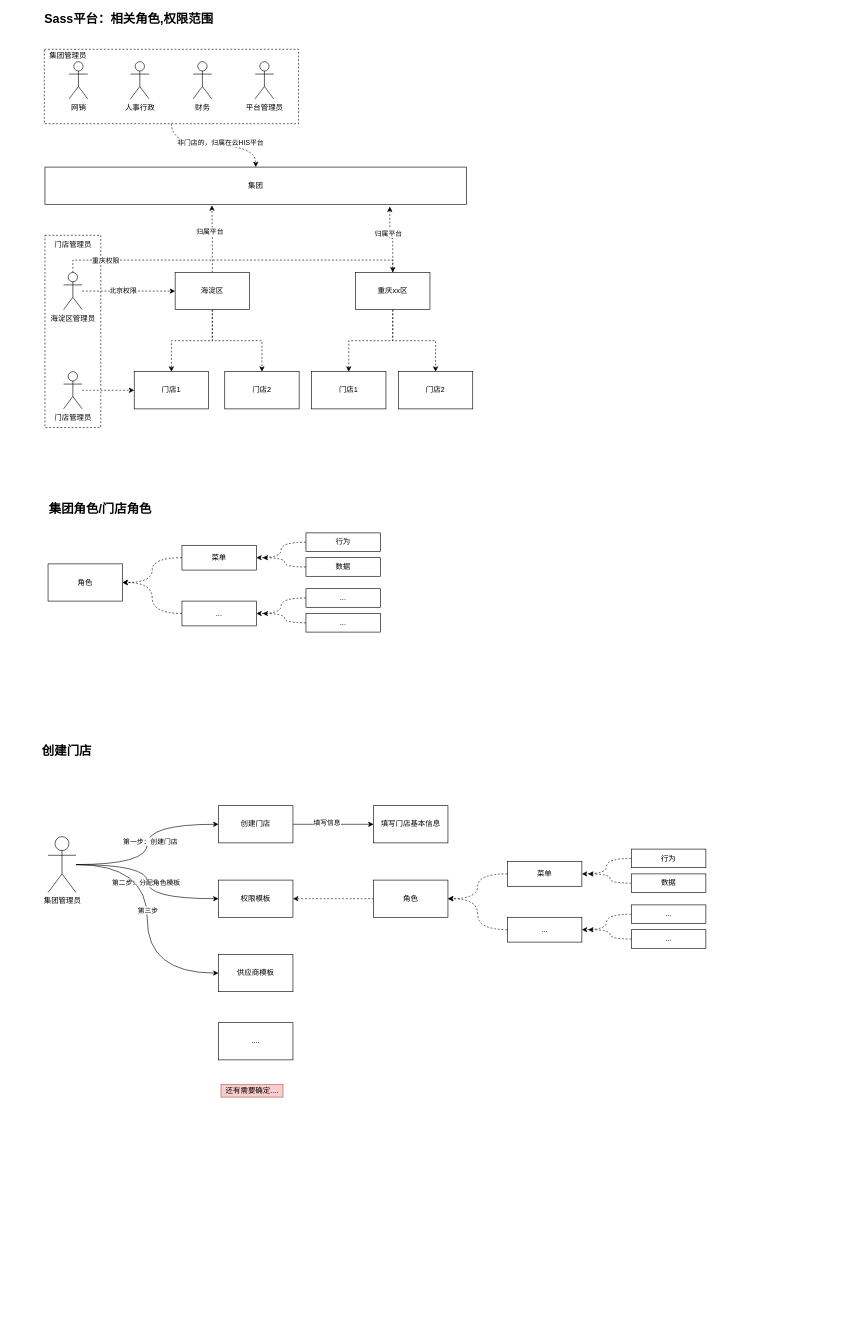
This is 牙管家/牙管家-sass方案.drawio from cherishsince/diagrams.net, a draw.io file, before an edit. Source tidied: cells renumbered, new cells numbered last; positions are measured from the earlier drawing's top-left corner, leaving out a move shared by most shapes. Both pictures are drawn from the tidied source at 62%, with x=0, y=0 at pixel (35, 12).
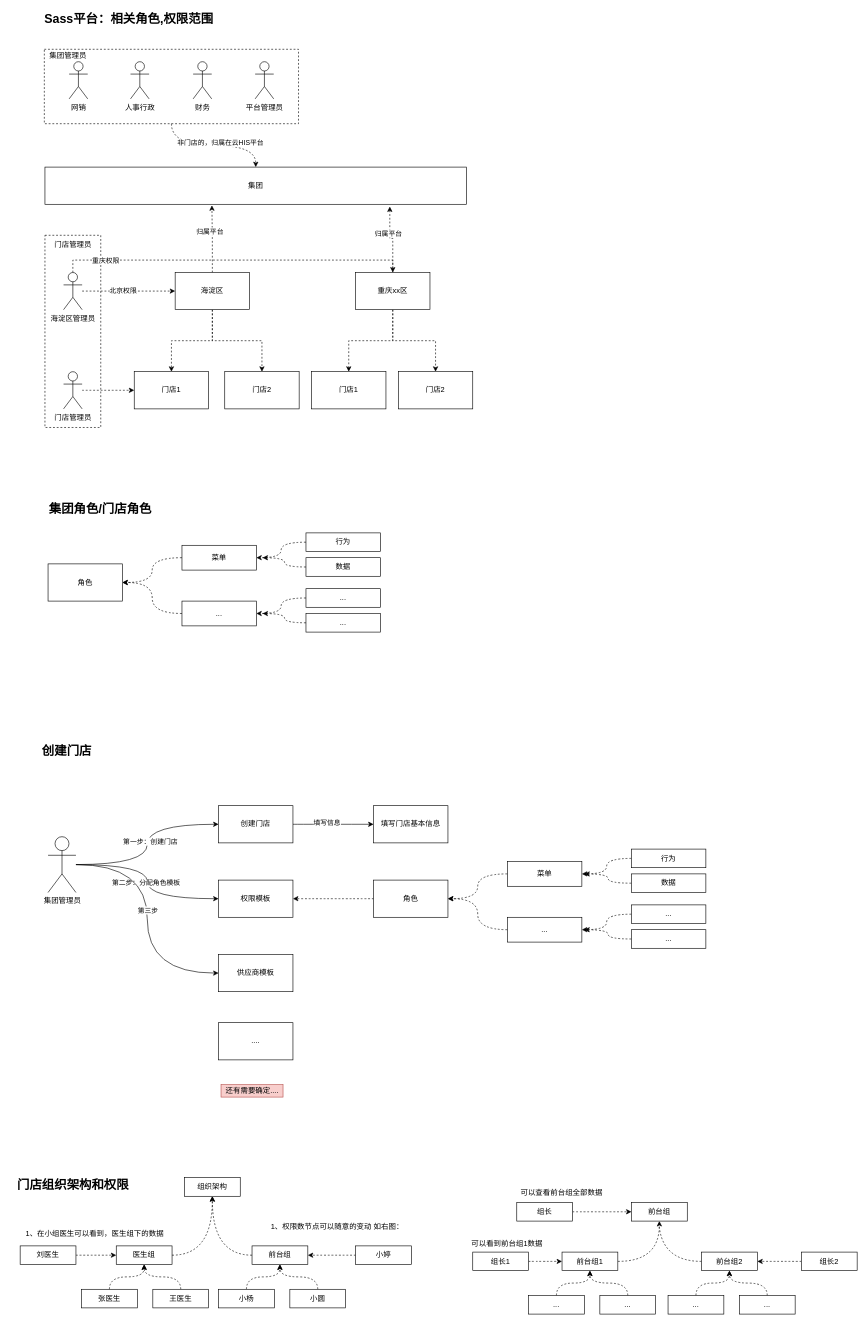
Above is the later version.

Commit message:
更新牙管家-sass方案.drawio

The change refers to these unchanged cells:
```xml
<mxCell id="67" value="数据" style="rounded=0;whiteSpace=wrap;html=1;" parent="1" vertex="1">
  <mxGeometry x="961" y="1390" width="120" height="30" as="geometry" />
</mxCell>
<mxCell id="73" value="..." style="rounded=0;whiteSpace=wrap;html=1;" parent="1" vertex="1">
  <mxGeometry x="961" y="1480" width="120" height="30" as="geometry" />
</mxCell>
```

Change to the diagram source:
```diff
@@
     <mxCell id="66" style="edgeStyle=orthogonalEdgeStyle;curved=1;rounded=0;jettySize=auto;html=1;dashed=1;" parent="1" edge="1" source="67">
       <mxGeometry relative="1" as="geometry">
-        <mxPoint x="891" y="1390" as="targetPoint" />
+        <mxPoint x="885" y="1390" as="targetPoint" />
       </mxGeometry>
     </mxCell>
@@
     <mxCell id="72" style="edgeStyle=orthogonalEdgeStyle;curved=1;rounded=0;jettySize=auto;html=1;dashed=1;" parent="1" edge="1" source="73">
       <mxGeometry relative="1" as="geometry">
-        <mxPoint x="891" y="1480" as="targetPoint" />
+        <mxPoint x="885" y="1480" as="targetPoint" />
       </mxGeometry>
     </mxCell>
@@
+    <mxCell id="80" value="组织架构" style="rounded=0;whiteSpace=wrap;html=1;" parent="1" vertex="1">
+      <mxGeometry x="240" y="1880" width="90" height="30" as="geometry" />
+    </mxCell>
+    <mxCell id="81" style="edgeStyle=orthogonalEdgeStyle;curved=1;rounded=0;jettySize=auto;html=1;entryX=0.5;entryY=1;entryDx=0;entryDy=0;dashed=1;" parent="1" edge="1" source="82" target="80">
+      <mxGeometry relative="1" as="geometry" />
+    </mxCell>
+    <mxCell id="82" value="医生组" style="rounded=0;whiteSpace=wrap;html=1;" parent="1" vertex="1">
+      <mxGeometry x="130" y="1990" width="90" height="30" as="geometry" />
+    </mxCell>
+    <mxCell id="83" style="edgeStyle=orthogonalEdgeStyle;curved=1;rounded=0;jettySize=auto;html=1;dashed=1;" parent="1" edge="1" source="84" target="80">
+      <mxGeometry relative="1" as="geometry" />
+    </mxCell>
+    <mxCell id="84" value="前台组" style="rounded=0;whiteSpace=wrap;html=1;" parent="1" vertex="1">
+      <mxGeometry x="349" y="1990" width="90" height="30" as="geometry" />
+    </mxCell>
+    <mxCell id="85" style="edgeStyle=orthogonalEdgeStyle;rounded=0;jettySize=auto;html=1;curved=1;dashed=1;" parent="1" edge="1" source="86" target="82">
+      <mxGeometry relative="1" as="geometry" />
+    </mxCell>
+    <mxCell id="86" value="王医生" style="rounded=0;whiteSpace=wrap;html=1;" parent="1" vertex="1">
+      <mxGeometry x="189" y="2060" width="90" height="30" as="geometry" />
+    </mxCell>
+    <mxCell id="87" style="edgeStyle=orthogonalEdgeStyle;rounded=0;jettySize=auto;html=1;entryX=0.5;entryY=1;entryDx=0;entryDy=0;curved=1;dashed=1;" parent="1" edge="1" source="88" target="82">
+      <mxGeometry relative="1" as="geometry" />
+    </mxCell>
+    <mxCell id="88" value="张医生" style="rounded=0;whiteSpace=wrap;html=1;" parent="1" vertex="1">
+      <mxGeometry x="74" y="2060" width="90" height="30" as="geometry" />
+    </mxCell>
+    <mxCell id="89" style="edgeStyle=orthogonalEdgeStyle;curved=1;rounded=0;jettySize=auto;html=1;dashed=1;" parent="1" edge="1" source="90" target="84">
+      <mxGeometry relative="1" as="geometry" />
+    </mxCell>
+    <mxCell id="90" value="小杨" style="rounded=0;whiteSpace=wrap;html=1;" parent="1" vertex="1">
+      <mxGeometry x="295" y="2060" width="90" height="30" as="geometry" />
+    </mxCell>
+    <mxCell id="91" style="edgeStyle=orthogonalEdgeStyle;curved=1;rounded=0;jettySize=auto;html=1;dashed=1;" parent="1" edge="1" source="92" target="84">
+      <mxGeometry relative="1" as="geometry" />
+    </mxCell>
+    <mxCell id="92" value="小圆" style="rounded=0;whiteSpace=wrap;html=1;" parent="1" vertex="1">
+      <mxGeometry x="410" y="2060" width="90" height="30" as="geometry" />
+    </mxCell>
+    <mxCell id="93" style="edgeStyle=orthogonalEdgeStyle;curved=1;rounded=0;jettySize=auto;html=1;entryX=0;entryY=0.5;entryDx=0;entryDy=0;dashed=1;" parent="1" edge="1" source="94" target="82">
+      <mxGeometry relative="1" as="geometry" />
+    </mxCell>
+    <mxCell id="94" value="刘医生" style="rounded=0;whiteSpace=wrap;html=1;" parent="1" vertex="1">
+      <mxGeometry x="-25" y="1990" width="90" height="30" as="geometry" />
+    </mxCell>
+    <mxCell id="95" style="edgeStyle=orthogonalEdgeStyle;curved=1;rounded=0;jettySize=auto;html=1;dashed=1;" parent="1" edge="1" source="96" target="84">
+      <mxGeometry relative="1" as="geometry" />
+    </mxCell>
+    <mxCell id="96" value="小婷" style="rounded=0;whiteSpace=wrap;html=1;" parent="1" vertex="1">
+      <mxGeometry x="516" y="1990" width="90" height="30" as="geometry" />
+    </mxCell>
+    <mxCell id="97" value="1、在小组医生可以看到，医生组下的数据" style="text;html=1;align=center;verticalAlign=middle;strokeColor=none;" parent="1" vertex="1">
+      <mxGeometry x="-25" y="1960" width="240" height="20" as="geometry" />
+    </mxCell>
+    <mxCell id="98" value="1、权限数节点可以随意的变动 如右图：" style="text;html=1;align=center;verticalAlign=middle;strokeColor=none;" parent="1" vertex="1">
+      <mxGeometry x="371" y="1950" width="230" height="20" as="geometry" />
+    </mxCell>
+    <mxCell id="99" style="edgeStyle=orthogonalEdgeStyle;curved=1;rounded=0;jettySize=auto;html=1;entryX=0.5;entryY=1;entryDx=0;entryDy=0;dashed=1;" parent="1" edge="1" source="100" target="115">
+      <mxGeometry relative="1" as="geometry" />
+    </mxCell>
+    <mxCell id="100" value="前台组1" style="rounded=0;whiteSpace=wrap;html=1;" parent="1" vertex="1">
+      <mxGeometry x="849" y="2000" width="90" height="30" as="geometry" />
+    </mxCell>
+    <mxCell id="101" style="edgeStyle=orthogonalEdgeStyle;curved=1;rounded=0;jettySize=auto;html=1;dashed=1;" parent="1" edge="1" source="102" target="100">
+      <mxGeometry relative="1" as="geometry" />
+    </mxCell>
+    <mxCell id="102" value="..." style="rounded=0;whiteSpace=wrap;html=1;" parent="1" vertex="1">
+      <mxGeometry x="795" y="2070" width="90" height="30" as="geometry" />
+    </mxCell>
+    <mxCell id="103" style="edgeStyle=orthogonalEdgeStyle;curved=1;rounded=0;jettySize=auto;html=1;dashed=1;" parent="1" edge="1" source="104" target="100">
+      <mxGeometry relative="1" as="geometry" />
+    </mxCell>
+    <mxCell id="104" value="..." style="rounded=0;whiteSpace=wrap;html=1;" parent="1" vertex="1">
+      <mxGeometry x="910" y="2070" width="90" height="30" as="geometry" />
+    </mxCell>
+    <mxCell id="105" style="edgeStyle=orthogonalEdgeStyle;curved=1;rounded=0;jettySize=auto;html=1;dashed=1;" parent="1" edge="1" source="106" target="100">
+      <mxGeometry relative="1" as="geometry" />
+    </mxCell>
+    <mxCell id="106" value="组长1" style="rounded=0;whiteSpace=wrap;html=1;" parent="1" vertex="1">
+      <mxGeometry x="705" y="2000" width="90" height="30" as="geometry" />
+    </mxCell>
+    <mxCell id="107" style="edgeStyle=orthogonalEdgeStyle;curved=1;rounded=0;jettySize=auto;html=1;dashed=1;" parent="1" edge="1" source="108">
+      <mxGeometry relative="1" as="geometry">
+        <mxPoint x="1005" y="1940" as="targetPoint" />
+      </mxGeometry>
+    </mxCell>
+    <mxCell id="108" value="前台组2" style="rounded=0;whiteSpace=wrap;html=1;" parent="1" vertex="1">
+      <mxGeometry x="1074" y="2000" width="90" height="30" as="geometry" />
+    </mxCell>
+    <mxCell id="109" style="edgeStyle=orthogonalEdgeStyle;curved=1;rounded=0;jettySize=auto;html=1;dashed=1;" parent="1" edge="1" source="110" target="108">
+      <mxGeometry relative="1" as="geometry" />
+    </mxCell>
+    <mxCell id="110" value="..." style="rounded=0;whiteSpace=wrap;html=1;" parent="1" vertex="1">
+      <mxGeometry x="1020" y="2070" width="90" height="30" as="geometry" />
+    </mxCell>
+    <mxCell id="111" style="edgeStyle=orthogonalEdgeStyle;curved=1;rounded=0;jettySize=auto;html=1;dashed=1;" parent="1" edge="1" source="112" target="108">
+      <mxGeometry relative="1" as="geometry" />
+    </mxCell>
+    <mxCell id="112" value="..." style="rounded=0;whiteSpace=wrap;html=1;" parent="1" vertex="1">
+      <mxGeometry x="1135" y="2070" width="90" height="30" as="geometry" />
+    </mxCell>
+    <mxCell id="113" style="edgeStyle=orthogonalEdgeStyle;curved=1;rounded=0;jettySize=auto;html=1;dashed=1;" parent="1" edge="1" source="114" target="108">
+      <mxGeometry relative="1" as="geometry" />
+    </mxCell>
+    <mxCell id="114" value="组长2" style="rounded=0;whiteSpace=wrap;html=1;" parent="1" vertex="1">
+      <mxGeometry x="1235" y="2000" width="90" height="30" as="geometry" />
+    </mxCell>
+    <mxCell id="115" value="前台组" style="rounded=0;whiteSpace=wrap;html=1;" parent="1" vertex="1">
+      <mxGeometry x="961" y="1920" width="90" height="30" as="geometry" />
+    </mxCell>
+    <mxCell id="116" style="edgeStyle=orthogonalEdgeStyle;curved=1;rounded=0;jettySize=auto;html=1;entryX=0;entryY=0.5;entryDx=0;entryDy=0;dashed=1;" parent="1" edge="1" source="117" target="115">
+      <mxGeometry relative="1" as="geometry" />
+    </mxCell>
+    <mxCell id="117" value="组长" style="rounded=0;whiteSpace=wrap;html=1;" parent="1" vertex="1">
+      <mxGeometry x="776" y="1920" width="90" height="30" as="geometry" />
+    </mxCell>
+    <mxCell id="118" value="可以查看前台组全部数据" style="text;html=1;align=center;verticalAlign=middle;strokeColor=none;" parent="1" vertex="1">
+      <mxGeometry x="773" y="1895" width="150" height="20" as="geometry" />
+    </mxCell>
+    <mxCell id="119" value="可以看到前台组1数据" style="text;html=1;align=center;verticalAlign=middle;strokeColor=none;" parent="1" vertex="1">
+      <mxGeometry x="695" y="1976" width="130" height="20" as="geometry" />
+    </mxCell>
+    <mxCell id="120" value="&lt;span style=&quot;font-size: 20px&quot;&gt;&lt;b&gt;门店组织架构和权限&lt;/b&gt;&lt;/span&gt;" style="text;html=1;align=center;verticalAlign=middle;strokeColor=none;" parent="1" vertex="1">
+      <mxGeometry x="-40" y="1880" width="200" height="20" as="geometry" />
+    </mxCell>
```
